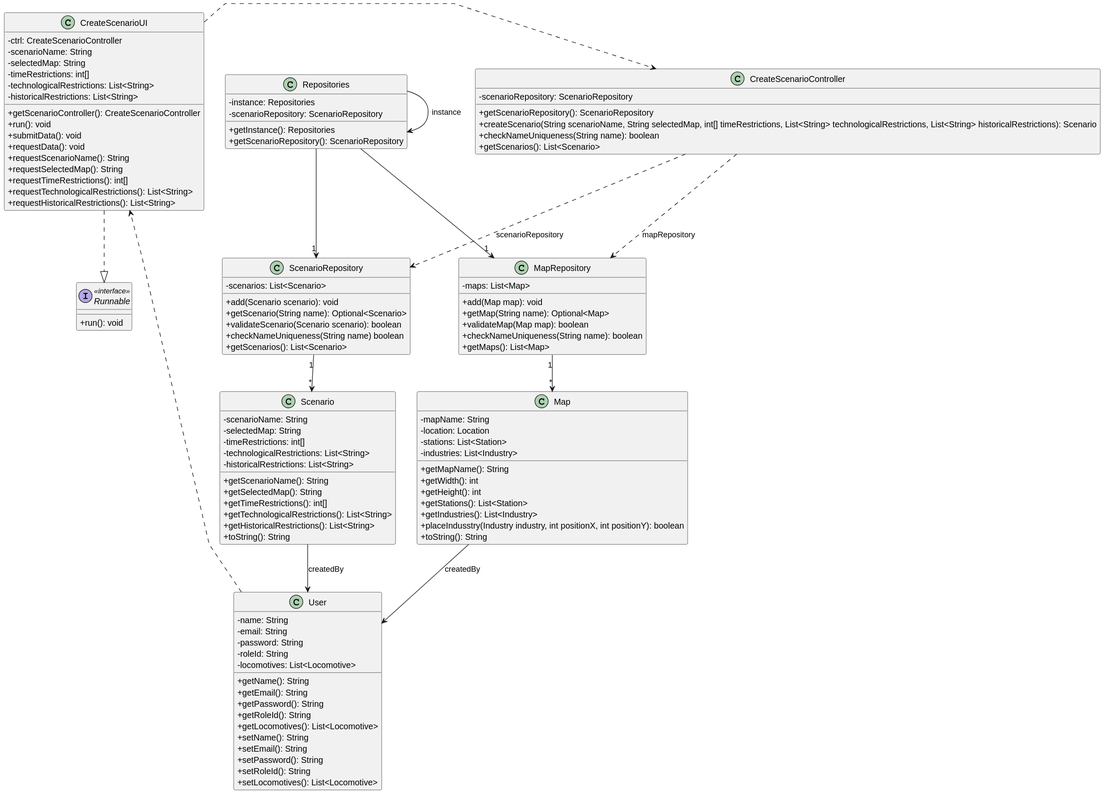
Earlier version of the PlantUML export docs/system-documentation/US004/03.design/svg/US004-CD.svg (goncalolopesp/sem2-pi-24.25-g093-repo).
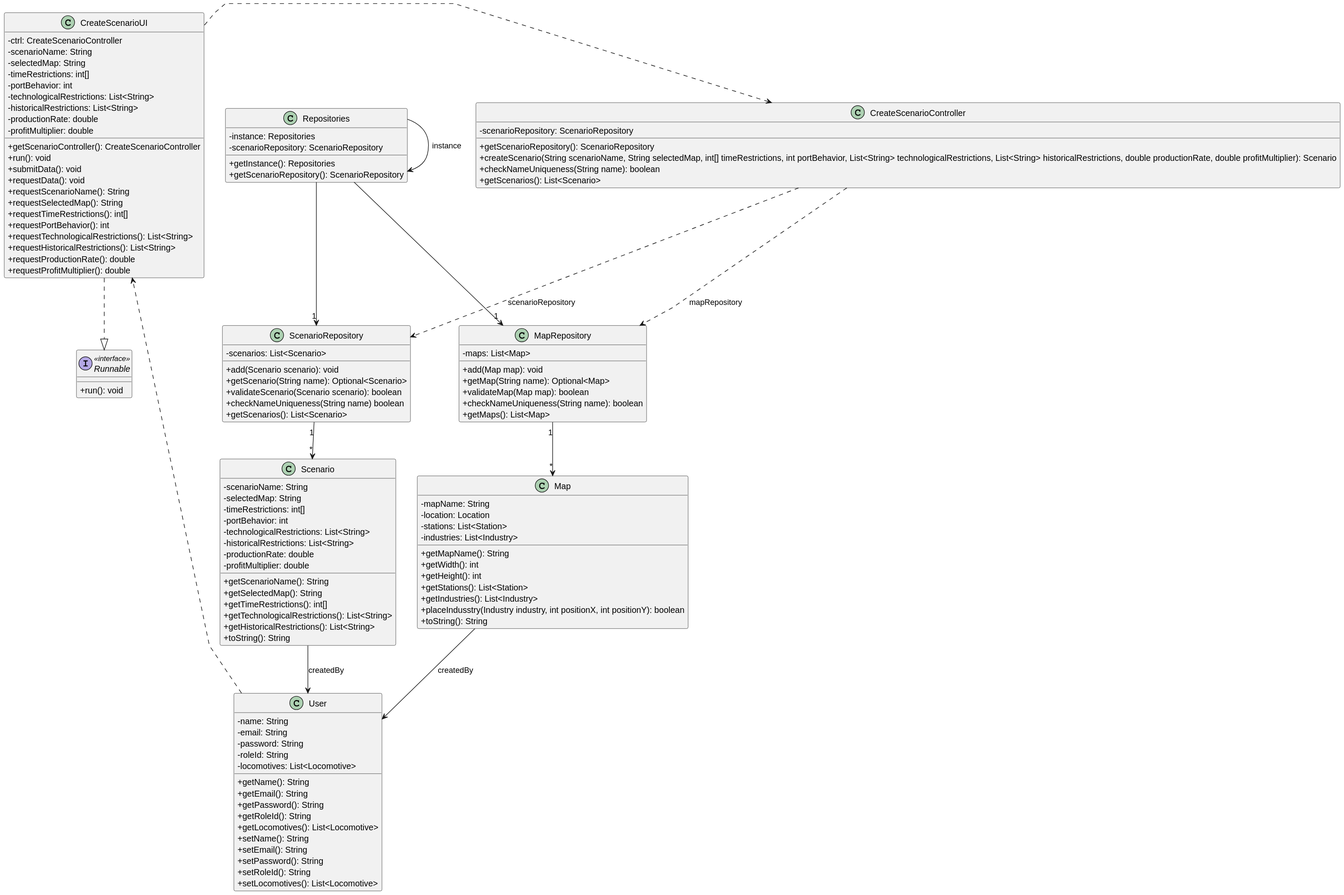
Above is the later version.

Commit message:
US004 (docs) - Updated the class diagram

Change to the diagram source:
```diff
@@ -27,8 +27,11 @@
     -scenarioName: String
     -selectedMap: String
     -timeRestrictions: int[]
+    -portBehavior: int
     -technologicalRestrictions: List<String>
     -historicalRestrictions: List<String>
+    -productionRate: double
+    -profitMultiplier: double
     +getScenarioController(): CreateScenarioController
     +run(): void
     +submitData(): void
@@ -36,9 +39,11 @@
     +requestScenarioName(): String
     +requestSelectedMap(): String
     +requestTimeRestrictions(): int[]
+    +requestPortBehavior(): int
     +requestTechnologicalRestrictions(): List<String>
     +requestHistoricalRestrictions(): List<String>
-
+    +requestProductionRate(): double
+    +requestProfitMultiplier(): double
 }
 
 interface Runnable <<interface>>{
@@ -48,7 +53,7 @@
 class CreateScenarioController {
     -scenarioRepository: ScenarioRepository
     +getScenarioRepository(): ScenarioRepository
-    +createScenario(String scenarioName, String selectedMap, int[] timeRestrictions, List<String> technologicalRestrictions, List<String> historicalRestrictions): Scenario
+    +createScenario(String scenarioName, String selectedMap, int[] timeRestrictions, int portBehavior, List<String> technologicalRestrictions, List<String> historicalRestrictions, double productionRate, double profitMultiplier): Scenario
     +checkNameUniqueness(String name): boolean
     +getScenarios(): List<Scenario>
 }
@@ -82,8 +87,11 @@
     -scenarioName: String
     -selectedMap: String
     -timeRestrictions: int[]
+    -portBehavior: int
     -technologicalRestrictions: List<String>
     -historicalRestrictions: List<String>
+    -productionRate: double
+    -profitMultiplier: double
     +getScenarioName(): String
     +getSelectedMap(): String
     +getTimeRestrictions(): int[]
```
